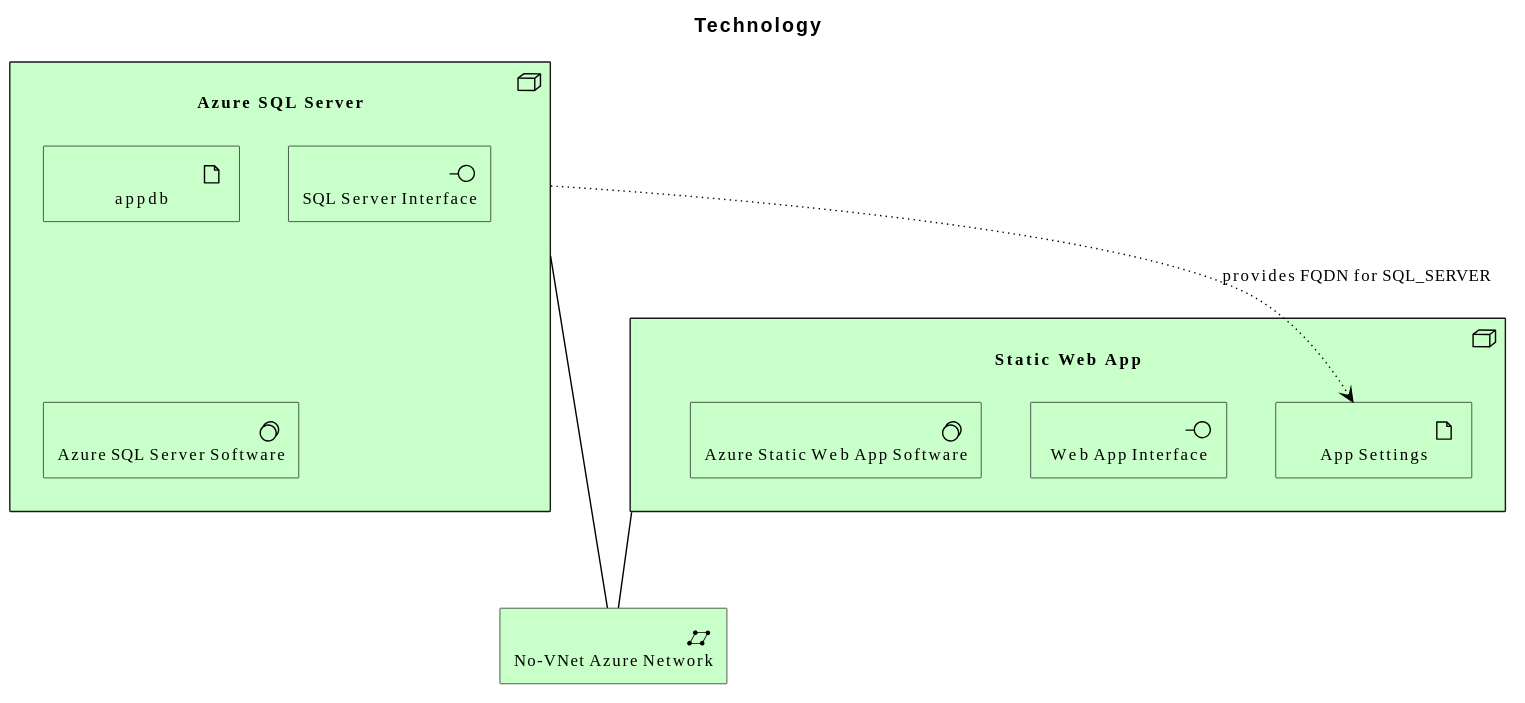
Earlier version of the PlantUML export diagrams/technology/overview.svg (wolffy-au/frictionless-sample-azure).
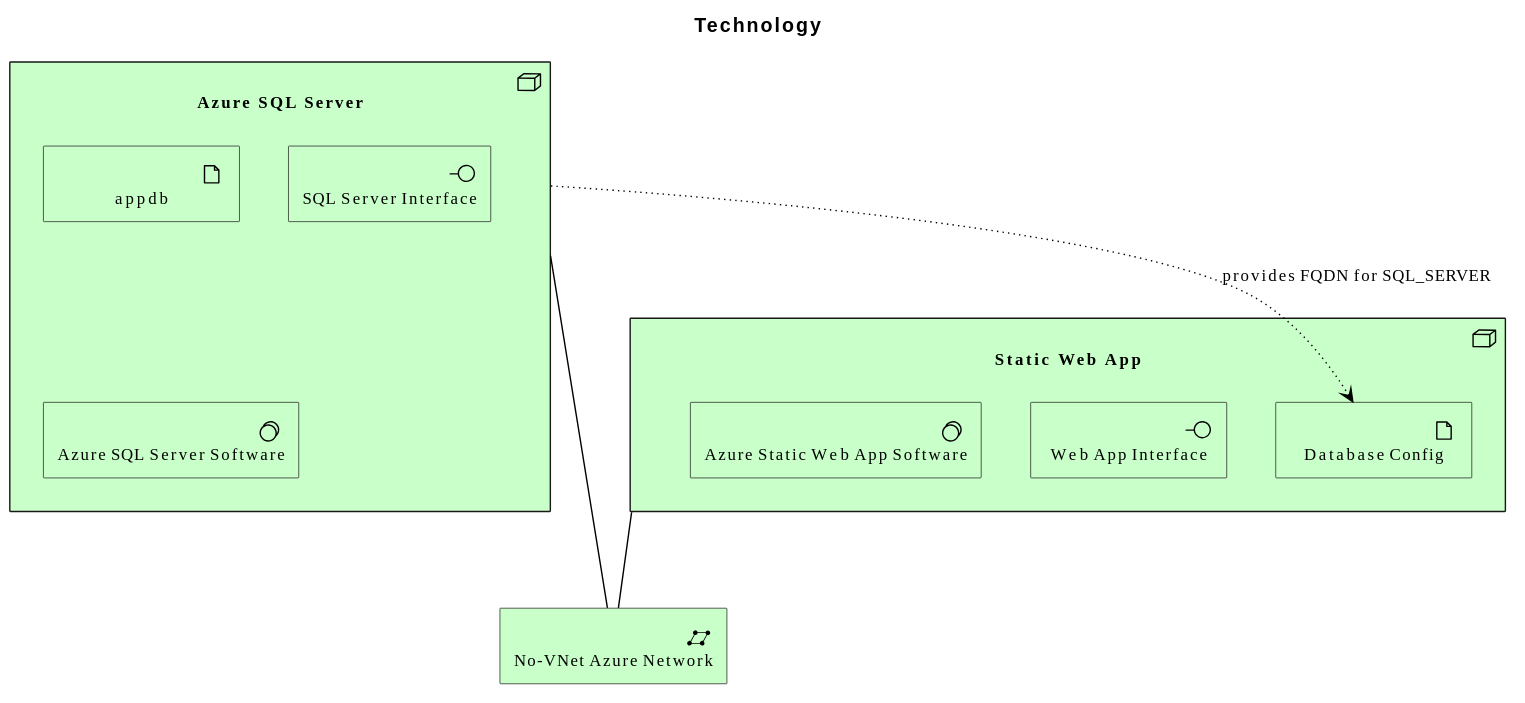
The same diagram one commit later.

Commit message:
refactor(architecture): rename sample-azure's App Settings artifact to Database Config

Change to the diagram source:
```diff
@@ -4,7 +4,7 @@
 title Technology
 
 Technology_Node(e_id3db5d26be8ff56, "Static Web App") {
-  Technology_Artifact(e_id1ee4629338065d, "App Settings")
+  Technology_Artifact(e_id1ee4629338065d, "Database Config")
   Technology_Interface(e_id33cc192ee35e5b, "Web App Interface")
   Technology_SystemSoftware(e_id3b81282895f35e, "Azure Static Web App Software")
 }
```
